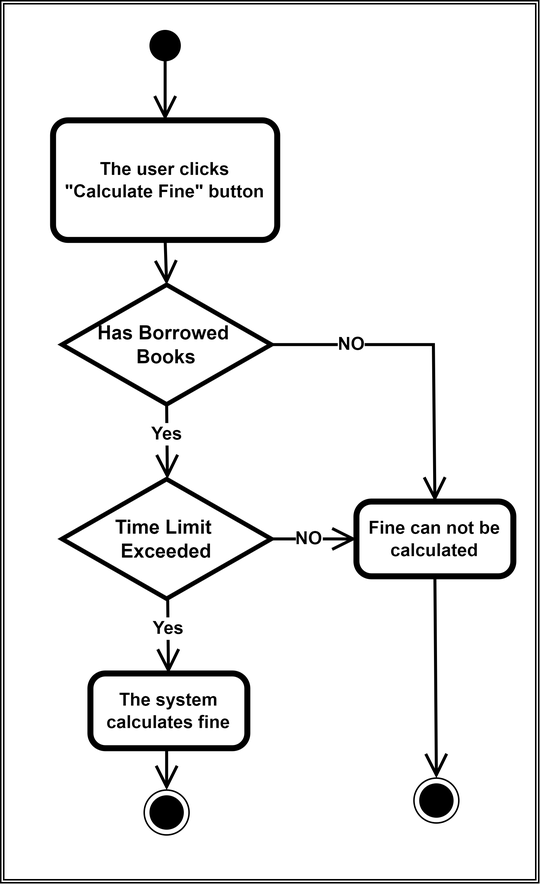
The draw.io diagram SRS/Activity Diagram/Activity Diagram 14.png in IIT-NSTU/IIT-Library-2.0, before a commit. Source tidied: cells renumbered, new cells last; positions are measured from the earlier drawing's top-left corner, leaving out a move shared by most shapes.
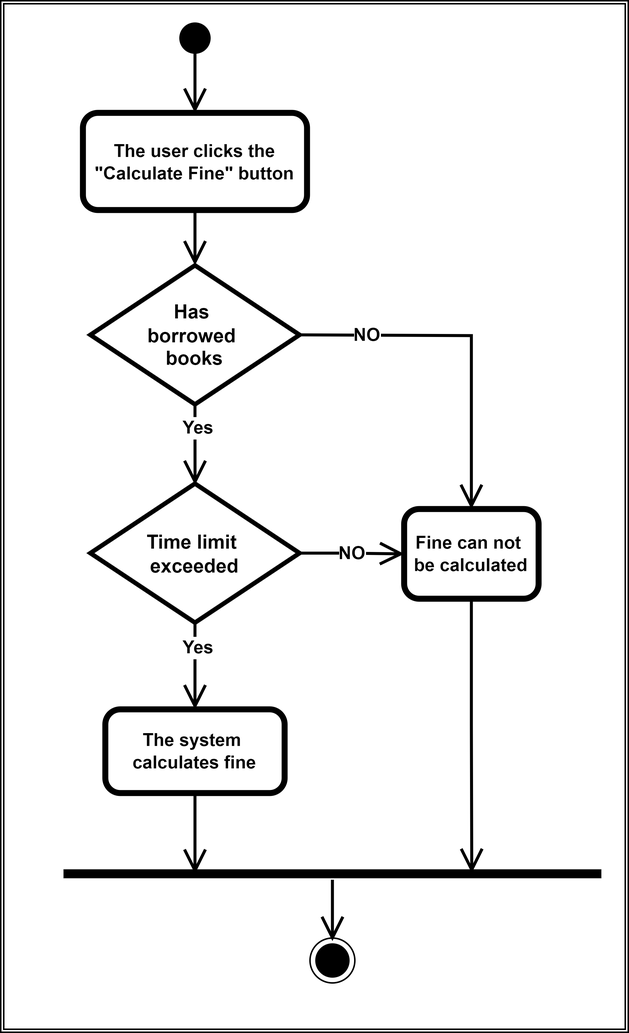
The same diagram one commit later.

What changed in the source:
```diff
@@ -3,66 +3,78 @@
     <mxCell id="0" />
     <mxCell id="1" parent="0" />
     <mxCell id="2" style="shape=ext;double=1;rounded=0;whiteSpace=wrap;html=1;fillStyle=solid;strokeColor=default;strokeWidth=1;fillColor=#FFFFFF;gradientColor=none;fontColor=#FFFFFF;spacingBottom=0;spacingTop=-6;spacingRight=2;spacingLeft=-4;" parent="1" vertex="1">
-      <mxGeometry width="360" height="590" as="geometry" />
+      <mxGeometry x="-20" y="30" width="420" height="690" as="geometry" />
     </mxCell>
+    <mxCell id="19" style="rounded=0;jettySize=auto;html=1;entryX=0.5;entryY=0;entryDx=0;entryDy=0;entryPerimeter=0;endArrow=open;endFill=0;endSize=12;strokeColor=#000000;strokeWidth=2;exitX=0.5;exitY=1;exitDx=0;exitDy=0;" parent="1" edge="1" source="22" target="21">
+      <mxGeometry relative="1" as="geometry" />
+    </mxCell>
+    <mxCell id="20" style="edgeStyle=none;rounded=0;jettySize=auto;html=1;exitX=0.5;exitY=1;exitDx=0;exitDy=0;exitPerimeter=0;endArrow=open;endFill=0;endSize=12;strokeColor=#000000;strokeWidth=2;" parent="1" edge="1" source="21" target="27">
+      <mxGeometry relative="1" as="geometry" />
+    </mxCell>
+    <mxCell id="21" value="The user clicks the &quot;Calculate Fine&quot; button" style="points=[[0.25,0,0],[0.5,0,0],[0.75,0,0],[1,0.25,0],[1,0.5,0],[1,0.75,0],[0.75,1,0],[0.5,1,0],[0.25,1,0],[0,0.75,0],[0,0.5,0],[0,0.25,0]];shape=mxgraph.bpmn.task;whiteSpace=wrap;rectStyle=rounded;size=10;bpmnShapeType=call;strokeColor=#000000;fontStyle=1;" parent="1" vertex="1">
+      <mxGeometry x="35" y="105" width="150" height="65" as="geometry" />
+    </mxCell>
+    <mxCell id="22" style="ellipse;shape=doubleEllipse;whiteSpace=wrap;html=1;fillStyle=solid;strokeColor=default;strokeWidth=1;fillColor=#000000;gradientColor=none;" parent="1" vertex="1">
+      <mxGeometry x="100" y="45" width="20" height="20" as="geometry" />
+    </mxCell>
+    <mxCell id="23" style="edgeStyle=none;rounded=0;jettySize=auto;html=1;exitX=0.5;exitY=1;exitDx=0;exitDy=0;exitPerimeter=0;fontSize=12;fontColor=#000000;startArrow=none;startFill=0;endArrow=open;endFill=0;startSize=12;endSize=12;strokeColor=#000000;strokeWidth=2;fontStyle=1;entryX=0.52;entryY=-0.001;entryDx=0;entryDy=0;entryPerimeter=0;" parent="1" edge="1" source="27">
+      <mxGeometry relative="1" as="geometry">
+        <mxPoint x="110" y="353.9" as="targetPoint" />
+      </mxGeometry>
+    </mxCell>
+    <mxCell id="24" value="Yes" style="edgeLabel;html=1;align=center;verticalAlign=middle;fontSize=12;fontColor=#000000;fontStyle=1;" parent="23" vertex="1">
+      <mxGeometry x="-0.43" y="2" relative="1" as="geometry" />
+    </mxCell>
+    <mxCell id="25" style="edgeStyle=none;rounded=0;jettySize=auto;html=1;exitX=1;exitY=0.5;exitDx=0;exitDy=0;exitPerimeter=0;entryX=0.5;entryY=0;entryDx=0;entryDy=0;entryPerimeter=0;fontSize=12;fontColor=#000000;startArrow=none;startFill=0;endArrow=open;endFill=0;startSize=12;endSize=12;strokeColor=#000000;strokeWidth=2;spacingLeft=0;spacingRight=3;" parent="1" edge="1" source="27" target="13">
+      <mxGeometry relative="1" as="geometry">
+        <Array as="points">
+          <mxPoint x="295" y="254" />
+        </Array>
+      </mxGeometry>
+    </mxCell>
+    <mxCell id="26" value="&lt;b&gt;NO&lt;/b&gt;" style="edgeLabel;html=1;align=center;verticalAlign=middle;fontSize=12;fontColor=#000000;" parent="25" vertex="1">
+      <mxGeometry x="-0.61" relative="1" as="geometry" />
+    </mxCell>
+    <mxCell id="27" value="&lt;font color=&quot;#000000&quot;&gt;Has &lt;br&gt;borrowed &lt;br&gt;books&lt;br&gt;&lt;/font&gt;" style="strokeWidth=3;html=1;shape=mxgraph.flowchart.decision;whiteSpace=wrap;fillStyle=solid;fontColor=#FFFFFF;fillColor=#FFFFFF;gradientColor=none;fontSize=13;fontStyle=1;" parent="1" vertex="1">
+      <mxGeometry x="40" y="207" width="140" height="93" as="geometry" />
+    </mxCell>
+    <mxCell id="28" style="edgeStyle=none;rounded=0;orthogonalLoop=1;jettySize=auto;html=1;fontSize=12;fontColor=#000000;startArrow=none;startFill=0;endArrow=open;endFill=0;startSize=12;endSize=12;strokeColor=#000000;strokeWidth=2;" parent="1" edge="1">
+      <mxGeometry relative="1" as="geometry">
+        <mxPoint x="202" y="618" as="sourcePoint" />
+        <mxPoint x="202" y="659" as="targetPoint" />
+      </mxGeometry>
+    </mxCell>
+    <mxCell id="29" style="line;strokeWidth=6;html=1;fillStyle=solid;fontColor=#FFFFFF;fillColor=#FFFFFF;gradientColor=none;" parent="1" vertex="1">
+      <mxGeometry x="22" y="609" width="360" height="10" as="geometry" />
+    </mxCell>
+    <mxCell id="30" style="edgeStyle=orthogonalEdgeStyle;rounded=0;jettySize=auto;html=1;exitX=0.5;exitY=1;exitDx=0;exitDy=0;exitPerimeter=0;entryX=0.759;entryY=0.452;entryDx=0;entryDy=0;entryPerimeter=0;endArrow=open;endFill=0;endSize=12;strokeWidth=2;" parent="1" edge="1" source="13" target="29">
+      <mxGeometry relative="1" as="geometry" />
+    </mxCell>
+    <mxCell id="13" value="Fine can not &#10;be calculated" style="points=[[0.25,0,0],[0.5,0,0],[0.75,0,0],[1,0.25,0],[1,0.5,0],[1,0.75,0],[0.75,1,0],[0.5,1,0],[0.25,1,0],[0,0.75,0],[0,0.5,0],[0,0.25,0]];shape=mxgraph.bpmn.task;whiteSpace=wrap;rectStyle=rounded;size=10;bpmnShapeType=call;strokeColor=#000000;fontStyle=1;" parent="1" vertex="1">
+      <mxGeometry x="250" y="370" width="90" height="60" as="geometry" />
+    </mxCell>
+    <mxCell id="31" style="edgeStyle=orthogonalEdgeStyle;rounded=0;jettySize=auto;html=1;exitX=0.5;exitY=1;exitDx=0;exitDy=0;exitPerimeter=0;endArrow=open;endFill=0;endSize=12;strokeWidth=2;" parent="1" edge="1" source="17">
+      <mxGeometry relative="1" as="geometry">
+        <mxPoint x="110" y="614" as="targetPoint" />
+      </mxGeometry>
+    </mxCell>
+    <mxCell id="17" value="The system &#10;calculates fine" style="points=[[0.25,0,0],[0.5,0,0],[0.75,0,0],[1,0.25,0],[1,0.5,0],[1,0.75,0],[0.75,1,0],[0.5,1,0],[0.25,1,0],[0,0.75,0],[0,0.5,0],[0,0.25,0]];shape=mxgraph.bpmn.task;whiteSpace=wrap;rectStyle=rounded;size=10;bpmnShapeType=call;strokeColor=#000000;fontStyle=1;" parent="1" vertex="1">
+      <mxGeometry x="50" y="504" width="120" height="56" as="geometry" />
+    </mxCell>
     <mxCell id="3" style="ellipse;html=1;shape=endState;fillColor=#000000;strokeColor=#000000;" parent="1" vertex="1">
-      <mxGeometry x="96" y="528" width="30" height="30" as="geometry" />
+      <mxGeometry x="187" y="657" width="30" height="30" as="geometry" />
     </mxCell>
-    <mxCell id="4" style="edgeStyle=none;rounded=0;jettySize=auto;html=1;entryX=0.5;entryY=0;entryDx=0;entryDy=0;entryPerimeter=0;fontSize=12;fontColor=#000000;startArrow=none;startFill=0;endArrow=open;endFill=0;startSize=12;endSize=12;strokeColor=#000000;strokeWidth=2;" parent="1" edge="1" source="5" target="8">
-      <mxGeometry relative="1" as="geometry" />
-    </mxCell>
-    <mxCell id="5" style="ellipse;shape=doubleEllipse;whiteSpace=wrap;html=1;fillStyle=solid;strokeColor=default;strokeWidth=1;fillColor=#000000;gradientColor=none;" parent="1" vertex="1">
-      <mxGeometry x="100" y="20" width="20" height="20" as="geometry" />
-    </mxCell>
-    <mxCell id="6" style="edgeStyle=none;rounded=0;jettySize=auto;html=1;exitX=0.5;exitY=1;exitDx=0;exitDy=0;exitPerimeter=0;entryX=0.5;entryY=0;entryDx=0;entryDy=0;fontSize=12;fontColor=#000000;startArrow=none;startFill=0;endArrow=open;endFill=0;startSize=12;endSize=12;strokeColor=#000000;strokeWidth=2;" parent="1" edge="1" target="3">
-      <mxGeometry relative="1" as="geometry">
-        <mxPoint x="111" y="500" as="sourcePoint" />
-      </mxGeometry>
-    </mxCell>
-    <mxCell id="7" style="edgeStyle=none;rounded=0;jettySize=auto;html=1;exitX=0.5;exitY=1;exitDx=0;exitDy=0;exitPerimeter=0;entryX=0.5;entryY=0;entryDx=0;entryDy=0;entryPerimeter=0;fontSize=12;fontColor=#000000;startArrow=none;startFill=0;endArrow=open;endFill=0;startSize=12;endSize=12;strokeColor=#000000;strokeWidth=2;" parent="1" edge="1" source="8" target="11">
-      <mxGeometry relative="1" as="geometry" />
-    </mxCell>
-    <mxCell id="8" value="The user clicks &quot;Calculate Fine&quot; button" style="points=[[0.25,0,0],[0.5,0,0],[0.75,0,0],[1,0.25,0],[1,0.5,0],[1,0.75,0],[0.75,1,0],[0.5,1,0],[0.25,1,0],[0,0.75,0],[0,0.5,0],[0,0.25,0]];shape=mxgraph.bpmn.task;whiteSpace=wrap;rectStyle=rounded;size=10;bpmnShapeType=call;strokeColor=#000000;fontStyle=1;" parent="1" vertex="1">
-      <mxGeometry x="35" y="80" width="150" height="80" as="geometry" />
-    </mxCell>
-    <mxCell id="9" value="Yes" style="edgeStyle=none;rounded=0;jettySize=auto;html=1;fontSize=12;fontColor=#000000;startArrow=none;startFill=0;endArrow=open;endFill=0;startSize=12;endSize=12;strokeColor=#000000;strokeWidth=2;entryX=0.5;entryY=0;entryDx=0;entryDy=0;entryPerimeter=0;exitX=0.5;exitY=1;exitDx=0;exitDy=0;exitPerimeter=0;spacingTop=-10;fontStyle=1;" parent="1" edge="1" source="11">
-      <mxGeometry relative="1" as="geometry">
-        <mxPoint x="111.5" y="320" as="targetPoint" />
-      </mxGeometry>
-    </mxCell>
-    <mxCell id="10" value="NO" style="edgeStyle=none;rounded=0;jettySize=auto;html=1;exitX=1;exitY=0.5;exitDx=0;exitDy=0;exitPerimeter=0;entryX=0.5;entryY=0;entryDx=0;entryDy=0;entryPerimeter=0;fontSize=12;fontColor=#000000;startArrow=none;startFill=0;endArrow=open;endFill=0;startSize=12;endSize=12;strokeColor=#000000;strokeWidth=2;fontStyle=1;labelPosition=left;verticalLabelPosition=middle;align=right;verticalAlign=middle;spacingLeft=5;spacingBottom=1;spacingRight=43;" parent="1" edge="1" source="11" target="13">
-      <mxGeometry relative="1" as="geometry">
-        <Array as="points">
-          <mxPoint x="289.5" y="230" />
-        </Array>
-      </mxGeometry>
-    </mxCell>
-    <mxCell id="11" value="&lt;font color=&quot;#000000&quot;&gt;Has Borrowed &lt;br&gt;Books&lt;/font&gt;" style="strokeWidth=3;html=1;shape=mxgraph.flowchart.decision;whiteSpace=wrap;fillStyle=solid;fontColor=#FFFFFF;fillColor=#FFFFFF;gradientColor=none;fontSize=13;fontStyle=1;" parent="1" vertex="1">
-      <mxGeometry x="41" y="190" width="140" height="80" as="geometry" />
-    </mxCell>
-    <mxCell id="12" style="edgeStyle=none;rounded=0;jettySize=auto;html=1;entryX=0.5;entryY=0;entryDx=0;entryDy=0;fontSize=12;fontColor=#000000;startArrow=none;startFill=0;endArrow=open;endFill=0;startSize=12;endSize=12;strokeColor=#000000;strokeWidth=2;exitX=0.5;exitY=1;exitDx=0;exitDy=0;exitPerimeter=0;" parent="1" edge="1" source="13" target="18">
-      <mxGeometry relative="1" as="geometry" />
-    </mxCell>
-    <mxCell id="13" value="Fine can not be calculated" style="points=[[0.25,0,0],[0.5,0,0],[0.75,0,0],[1,0.25,0],[1,0.5,0],[1,0.75,0],[0.75,1,0],[0.5,1,0],[0.25,1,0],[0,0.75,0],[0,0.5,0],[0,0.25,0]];shape=mxgraph.bpmn.task;whiteSpace=wrap;rectStyle=rounded;size=10;bpmnShapeType=call;strokeColor=#000000;fontStyle=1;" parent="1" vertex="1">
-      <mxGeometry x="238" y="335" width="105" height="50" as="geometry" />
-    </mxCell>
-    <mxCell id="14" value="NO" style="edgeStyle=none;rounded=0;jettySize=auto;html=1;entryX=0;entryY=0.5;entryDx=0;entryDy=0;entryPerimeter=0;fontSize=12;fontColor=#000000;startArrow=none;startFill=0;endArrow=open;endFill=0;startSize=12;endSize=12;strokeColor=#000000;strokeWidth=2;exitX=1;exitY=0.5;exitDx=0;exitDy=0;exitPerimeter=0;fontStyle=1;spacingLeft=-6;" parent="1" edge="1" source="15" target="13">
-      <mxGeometry relative="1" as="geometry" />
-    </mxCell>
-    <mxCell id="15" value="&lt;font color=&quot;#000000&quot;&gt;Time Limit&amp;nbsp;&lt;br&gt;Exceeded&lt;br&gt;&lt;/font&gt;" style="strokeWidth=3;html=1;shape=mxgraph.flowchart.decision;whiteSpace=wrap;fillStyle=solid;fontColor=#FFFFFF;fillColor=#FFFFFF;gradientColor=none;fontSize=13;fontStyle=1;" parent="1" vertex="1">
-      <mxGeometry x="41" y="320" width="140" height="80" as="geometry" />
-    </mxCell>
-    <mxCell id="16" value="Yes" style="edgeStyle=none;rounded=0;orthogonalLoop=1;jettySize=auto;html=1;fontSize=12;fontColor=#000000;startArrow=none;startFill=0;endArrow=open;endFill=0;startSize=12;endSize=12;strokeColor=#000000;strokeWidth=2;entryX=0.5;entryY=0;entryDx=0;entryDy=0;entryPerimeter=0;exitX=0.5;exitY=1;exitDx=0;exitDy=0;exitPerimeter=0;spacingTop=-10;fontStyle=1;" parent="1" edge="1">
-      <mxGeometry relative="1" as="geometry">
-        <mxPoint x="111.7" y="400" as="sourcePoint" />
-        <mxPoint x="112.2" y="450" as="targetPoint" />
-      </mxGeometry>
-    </mxCell>
-    <mxCell id="17" value="The system calculates fine" style="points=[[0.25,0,0],[0.5,0,0],[0.75,0,0],[1,0.25,0],[1,0.5,0],[1,0.75,0],[0.75,1,0],[0.5,1,0],[0.25,1,0],[0,0.75,0],[0,0.5,0],[0,0.25,0]];shape=mxgraph.bpmn.task;whiteSpace=wrap;rectStyle=rounded;size=10;bpmnShapeType=call;strokeColor=#000000;fontStyle=1;" parent="1" vertex="1">
-      <mxGeometry x="60" y="450" width="105" height="50" as="geometry" />
-    </mxCell>
-    <mxCell id="18" style="ellipse;html=1;shape=endState;fillColor=#000000;strokeColor=#000000;" parent="1" vertex="1">
-      <mxGeometry x="276.5" y="520" width="30" height="30" as="geometry" />
-    </mxCell>
+    <mxCell id="32" value="NO" style="edgeStyle=orthogonalEdgeStyle;rounded=0;jettySize=auto;html=1;exitX=1;exitY=0.5;exitDx=0;exitDy=0;exitPerimeter=0;entryX=0;entryY=0.5;entryDx=0;entryDy=0;entryPerimeter=0;endArrow=open;endFill=0;endSize=12;strokeWidth=2;fontSize=12;fontStyle=1;" parent="1" edge="1" source="33" target="13">
+      <mxGeometry relative="1" as="geometry" />
+    </mxCell>
+    <mxCell id="33" value="&lt;font color=&quot;#000000&quot;&gt;Time limit&amp;nbsp;&lt;br&gt;exceeded&lt;br&gt;&lt;/font&gt;" style="strokeWidth=3;html=1;shape=mxgraph.flowchart.decision;whiteSpace=wrap;fillStyle=solid;fontColor=#FFFFFF;fillColor=#FFFFFF;gradientColor=none;fontSize=13;fontStyle=1;" parent="1" vertex="1">
+      <mxGeometry x="40" y="353" width="140" height="93" as="geometry" />
+    </mxCell>
+    <mxCell id="34" style="edgeStyle=none;rounded=0;jettySize=auto;html=1;exitX=0.5;exitY=1;exitDx=0;exitDy=0;exitPerimeter=0;fontSize=12;fontColor=#000000;startArrow=none;startFill=0;endArrow=open;endFill=0;startSize=12;endSize=12;strokeColor=#000000;strokeWidth=2;fontStyle=1;entryX=0.5;entryY=0;entryDx=0;entryDy=0;entryPerimeter=0;" parent="1" edge="1" source="33" target="17">
+      <mxGeometry relative="1" as="geometry" />
+    </mxCell>
+    <mxCell id="35" value="Yes" style="edgeLabel;html=1;align=center;verticalAlign=middle;fontSize=12;fontColor=#000000;fontStyle=1;" parent="34" vertex="1">
+      <mxGeometry x="-0.43" y="2" relative="1" as="geometry" />
+    </mxCell>
   </root>
 </mxGraphModel>
```
